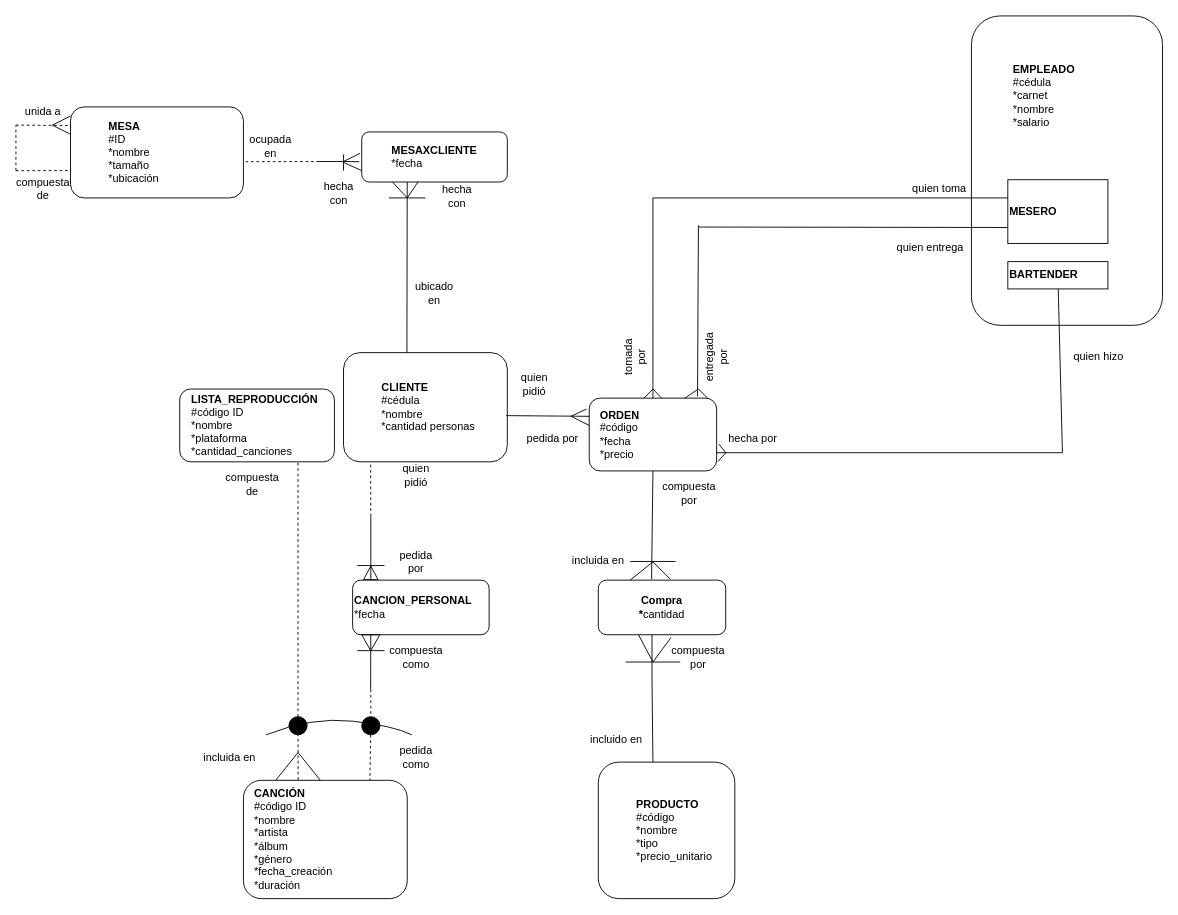
M1moreno/EntregasBD keeps this draw.io diagram as Trabajo4/ModeloER.drawio. Above is the earlier version. Source tidied: cells renumbered, new cells numbered last; positions are measured from the earlier drawing's top-left corner, leaving out a move shared by most shapes. Both pictures are drawn from the tidied source at 91%, with x=0, y=0 at pixel (15, 15). Pictures stored in the file or linked from it are replaced by grey dashed boxes.
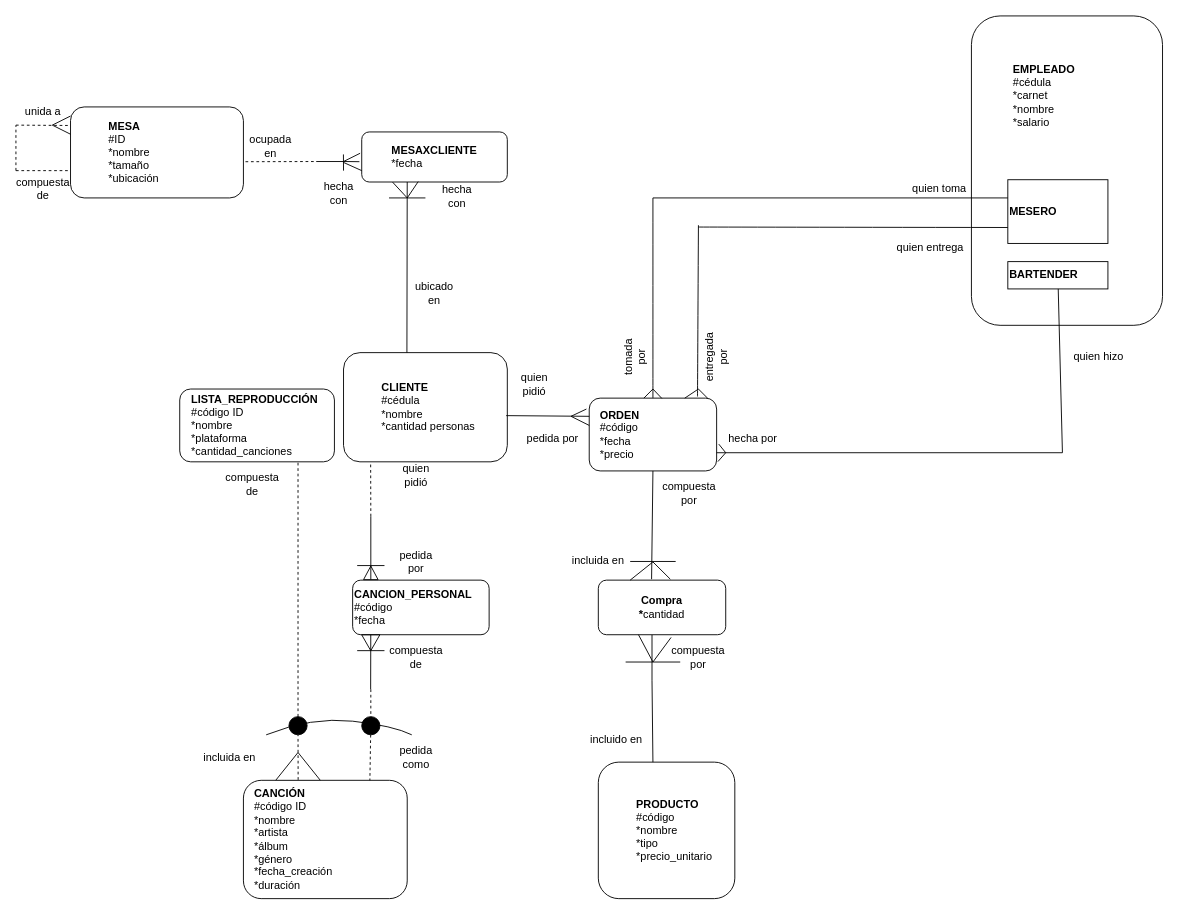
After the change.

The edit, as a diff of the source:
```diff
@@
-    <mxCell id="87" value="&lt;b&gt;CANCION_PERSONAL&lt;/b&gt;&lt;br&gt;*fecha" style="rounded=1;whiteSpace=wrap;html=1;fillColor=#FFFFFF;align=left;" parent="1" vertex="1">
+    <mxCell id="87" value="&lt;b&gt;CANCION_PERSONAL&lt;/b&gt;&lt;br&gt;#código&lt;br&gt;*fecha" style="rounded=1;whiteSpace=wrap;html=1;fillColor=#FFFFFF;align=left;" parent="1" vertex="1">
       <mxGeometry x="370" y="620" width="150" height="60" as="geometry" />
     </mxCell>
@@
-    <mxCell id="98" value="compuesta como&lt;br&gt;" style="text;html=1;strokeColor=none;fillColor=none;align=center;verticalAlign=middle;whiteSpace=wrap;rounded=0;" parent="1" vertex="1">
+    <mxCell id="98" value="compuesta de" style="text;html=1;strokeColor=none;fillColor=none;align=center;verticalAlign=middle;whiteSpace=wrap;rounded=0;" parent="1" vertex="1">
       <mxGeometry x="410" y="690" width="60" height="30" as="geometry" />
     </mxCell>
```
